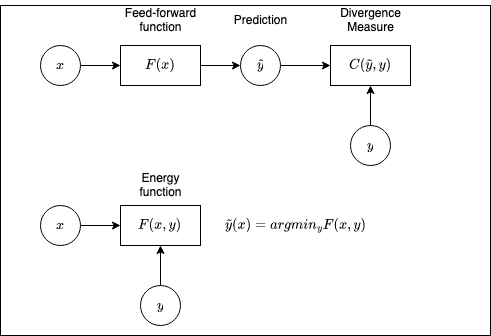
The draw.io diagram machine_learning/diagrams/energy_model.drawio.png in analytiq-hub/sigagent.github.io, before a commit. Source tidied: cells renumbered, new cells last; positions are measured from the earlier drawing's top-left corner, leaving out a move shared by most shapes.
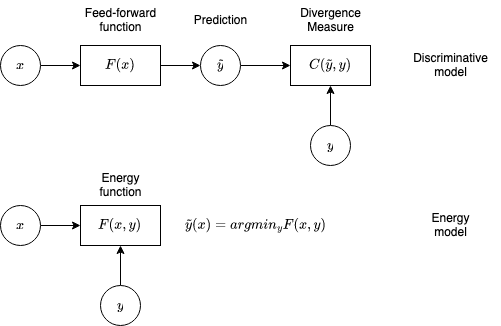
Above is the later version.

What changed in the source:
```diff
@@ -1,10 +1,7 @@
-<mxGraphModel math="1">
+<mxGraphModel background="#ffffff" math="1">
   <root>
     <mxCell id="0" />
     <mxCell id="1" parent="0" />
-    <mxCell id="2" style="rounded=0;whiteSpace=wrap;html=1;" parent="1" vertex="1">
-      <mxGeometry y="5" width="490" height="330" as="geometry" />
-    </mxCell>
     <mxCell id="3" style="edgeStyle=orthogonalEdgeStyle;rounded=0;jettySize=auto;html=1;exitX=1;exitY=0.5;exitDx=0;exitDy=0;entryX=0;entryY=0.5;entryDx=0;entryDy=0;" parent="1" edge="1" source="4" target="6">
       <mxGeometry relative="1" as="geometry" />
     </mxCell>
@@ -68,5 +65,11 @@
     <mxCell id="23" value="&lt;div&gt;$$\tilde{y}(x)=argmin_y F(x,y)$$&lt;/div&gt;" style="text;html=1;align=center;verticalAlign=middle;strokeColor=none;fillColor=none;" parent="1" vertex="1">
       <mxGeometry x="200" y="210" width="190" height="30" as="geometry" />
     </mxCell>
+    <mxCell id="24" value="&lt;div&gt;Discriminative&lt;/div&gt;&lt;div&gt;model&lt;br&gt;&lt;/div&gt;" style="text;html=1;align=center;verticalAlign=middle;strokeColor=none;fillColor=none;" parent="1" vertex="1">
+      <mxGeometry x="440" y="45" width="100" height="40" as="geometry" />
+    </mxCell>
+    <mxCell id="25" value="&lt;div&gt;Energy&lt;/div&gt;&lt;div&gt;model&lt;br&gt;&lt;/div&gt;" style="text;html=1;align=center;verticalAlign=middle;strokeColor=none;fillColor=none;" parent="1" vertex="1">
+      <mxGeometry x="460" y="205" width="60" height="40" as="geometry" />
+    </mxCell>
   </root>
 </mxGraphModel>
```
